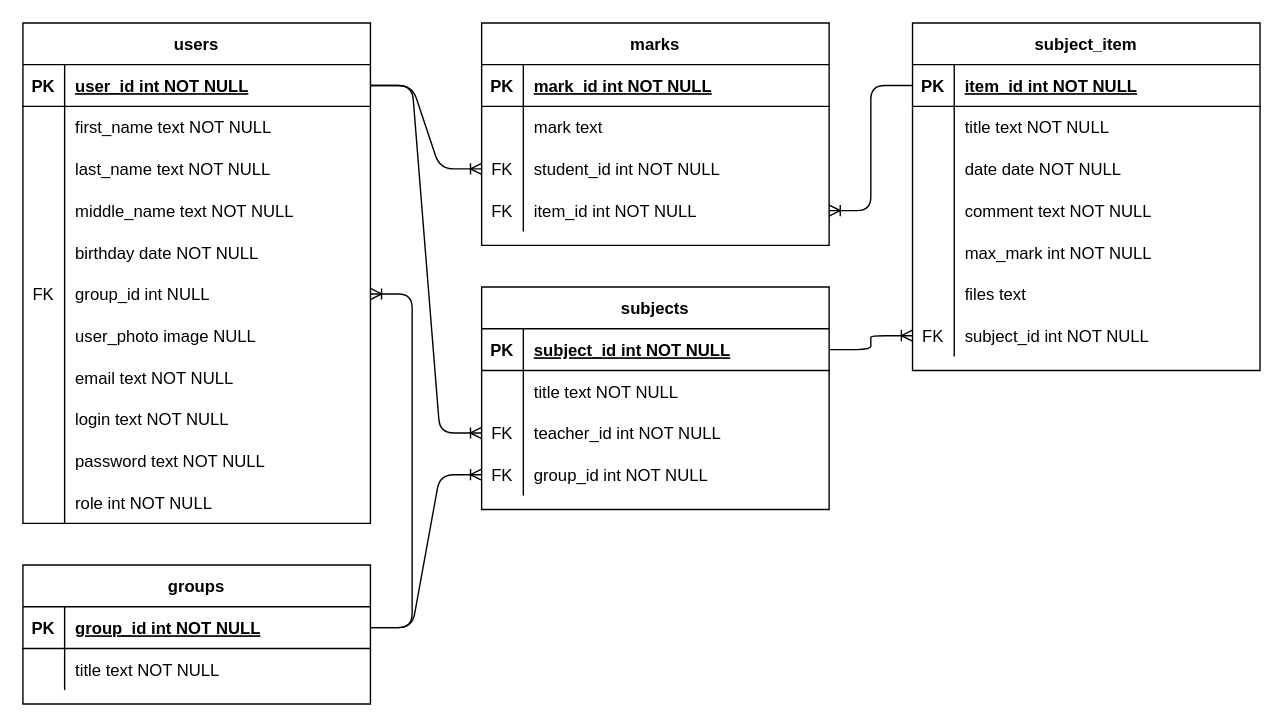
Before: Architecture diagrams/DB.drawio in skaer2/School-Journal-App, a draw.io diagram. Source tidied: cells renumbered, new cells numbered last; positions are measured from the earlier drawing's top-left corner, leaving out a move shared by most shapes. Both pictures are drawn from the tidied source at 139%, with x=0, y=0 at pixel (22, 22).
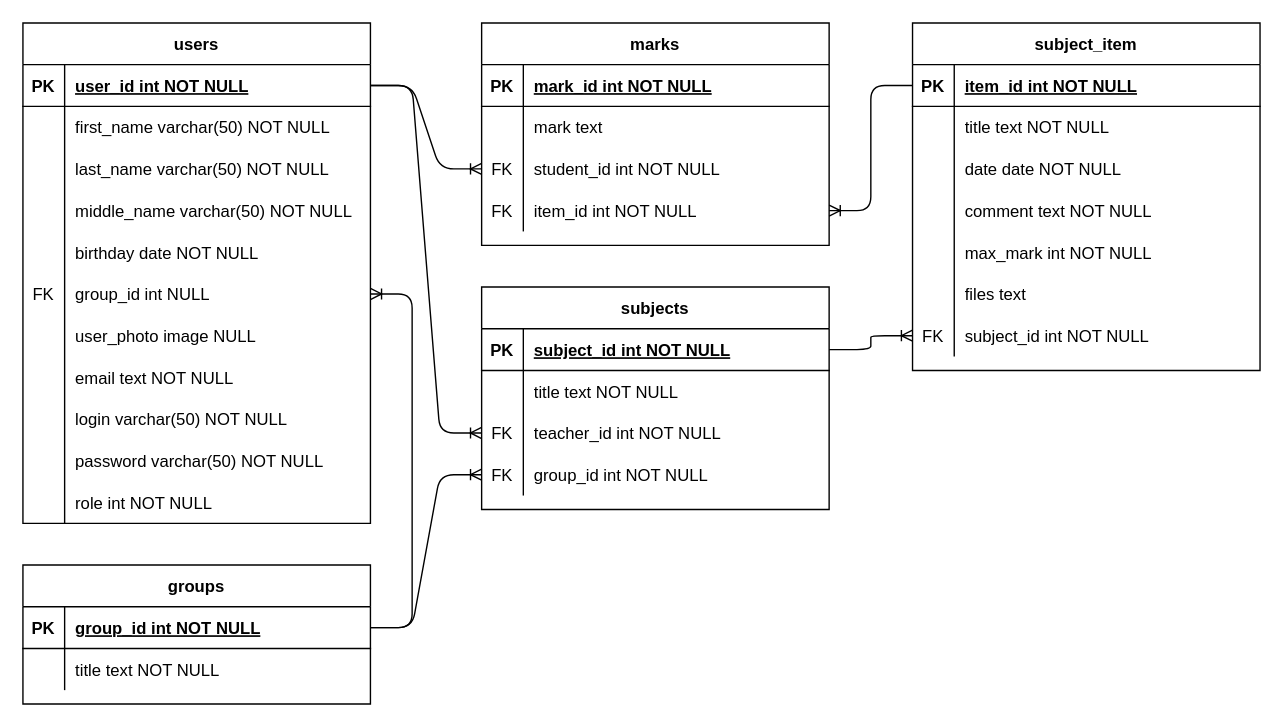
The same diagram, later.

Unchanged cells that the change refers to:
```xml
<mxCell id="26" style="shape=partialRectangle;fillColor=none;top=0;left=0;right=0;bottom=0;" parent="22" vertex="1">
  <mxGeometry y="60" width="250" height="30" as="geometry" />
</mxCell>
<mxCell id="29" style="shape=partialRectangle;fillColor=none;top=0;left=0;bottom=0;right=0;" parent="22" vertex="1">
  <mxGeometry y="90" width="250" height="30" as="geometry" />
</mxCell>
<mxCell id="32" style="shape=partialRectangle;fillColor=none;top=0;left=0;bottom=0;right=0;" parent="22" vertex="1">
  <mxGeometry y="120" width="250" height="30" as="geometry" />
</mxCell>
<mxCell id="47" style="shape=partialRectangle;fillColor=none;top=0;left=0;bottom=0;right=0;" parent="22" vertex="1">
  <mxGeometry y="270" width="250" height="30" as="geometry" />
</mxCell>
<mxCell id="50" style="shape=partialRectangle;fillColor=none;top=0;left=0;bottom=0;right=0;" parent="22" vertex="1">
  <mxGeometry y="300" width="250" height="30" as="geometry" />
</mxCell>
```

The edit, as a diff of the source:
```diff
@@
-    <mxCell id="28" value="first_name text NOT NULL" style="shape=partialRectangle;overflow=hidden;fillColor=none;top=0;left=0;bottom=0;right=0;align=left;spacingLeft=6;" parent="26" vertex="1">
+    <mxCell id="28" value="first_name varchar(50) NOT NULL" style="shape=partialRectangle;overflow=hidden;fillColor=none;top=0;left=0;bottom=0;right=0;align=left;spacingLeft=6;" parent="26" vertex="1">
       <mxGeometry x="30" width="220" height="30" as="geometry" />
     </mxCell>
@@
-    <mxCell id="31" value="last_name text NOT NULL" style="shape=partialRectangle;fillColor=none;top=0;left=0;bottom=0;right=0;align=left;spacingLeft=6;overflow=hidden;" parent="29" vertex="1">
+    <mxCell id="31" value="last_name varchar(50) NOT NULL" style="shape=partialRectangle;fillColor=none;top=0;left=0;bottom=0;right=0;align=left;spacingLeft=6;overflow=hidden;" parent="29" vertex="1">
       <mxGeometry x="30" width="220" height="30" as="geometry" />
     </mxCell>
@@
-    <mxCell id="34" value="middle_name text NOT NULL" style="shape=partialRectangle;fillColor=none;top=0;left=0;bottom=0;right=0;align=left;spacingLeft=6;overflow=hidden;" parent="32" vertex="1">
+    <mxCell id="34" value="middle_name varchar(50) NOT NULL" style="shape=partialRectangle;fillColor=none;top=0;left=0;bottom=0;right=0;align=left;spacingLeft=6;overflow=hidden;" parent="32" vertex="1">
       <mxGeometry x="30" width="220" height="30" as="geometry" />
     </mxCell>
@@
-    <mxCell id="49" value="login text NOT NULL" style="shape=partialRectangle;fillColor=none;top=0;left=0;bottom=0;right=0;align=left;spacingLeft=6;overflow=hidden;" parent="47" vertex="1">
+    <mxCell id="49" value="login varchar(50) NOT NULL" style="shape=partialRectangle;fillColor=none;top=0;left=0;bottom=0;right=0;align=left;spacingLeft=6;overflow=hidden;" parent="47" vertex="1">
       <mxGeometry x="30" width="220" height="30" as="geometry" />
     </mxCell>
@@
-    <mxCell id="52" value="password text NOT NULL" style="shape=partialRectangle;fillColor=none;top=0;left=0;bottom=0;right=0;align=left;spacingLeft=6;overflow=hidden;" parent="50" vertex="1">
+    <mxCell id="52" value="password varchar(50) NOT NULL" style="shape=partialRectangle;fillColor=none;top=0;left=0;bottom=0;right=0;align=left;spacingLeft=6;overflow=hidden;" parent="50" vertex="1">
       <mxGeometry x="30" width="220" height="30" as="geometry" />
     </mxCell>
```
